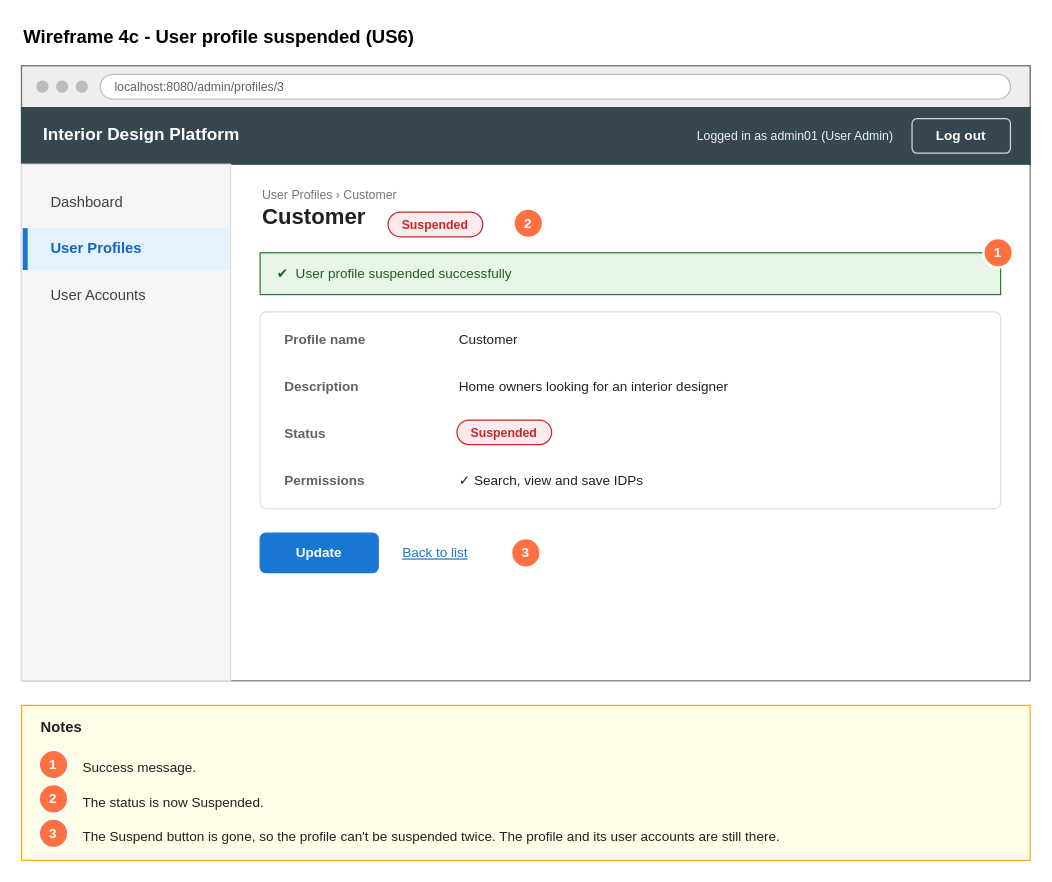
The draw.io diagram page "4c Wireframe - Profile suspended" (4 of 7) of Sprint_1/US6 - Suspend user profile/US6 Suspend user profile.drawio in Hanzxc/CSIT314-ARCHSS, before the edit. Source tidied: cells renumbered, new cells numbered last; positions are measured from the earlier drawing's top-left corner, leaving out a move shared by most shapes. Both pictures are drawn from the tidied source at 123%, with x=0, y=0 at pixel (21, 21).
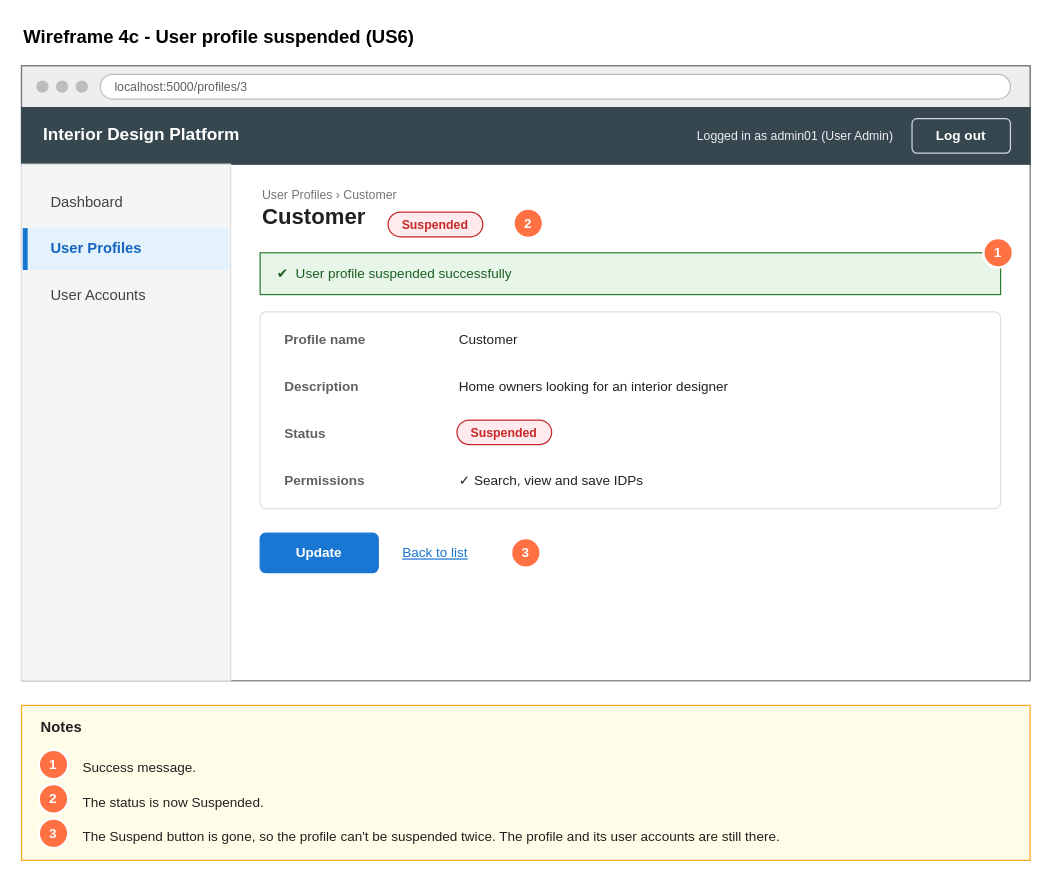
The same diagram, later.

What changed in the source:
```diff
@@
-    <mxCell id="8" value="localhost:8080/admin/profiles/3" style="rounded=1;whiteSpace=wrap;html=1;fillColor=#FFFFFF;strokeColor=#BDBDBD;fontSize=10;fontColor=#616161;align=left;spacingLeft=10;arcSize=50;" parent="1" vertex="1">
+    <mxCell id="8" value="localhost:5000/profiles/3" style="rounded=1;whiteSpace=wrap;html=1;fillColor=#FFFFFF;strokeColor=#BDBDBD;fontSize=10;fontColor=#616161;align=left;spacingLeft=10;arcSize=50;" parent="1" vertex="1">
       <mxGeometry x="64" y="43" width="740" height="20" as="geometry" />
     </mxCell>
```
